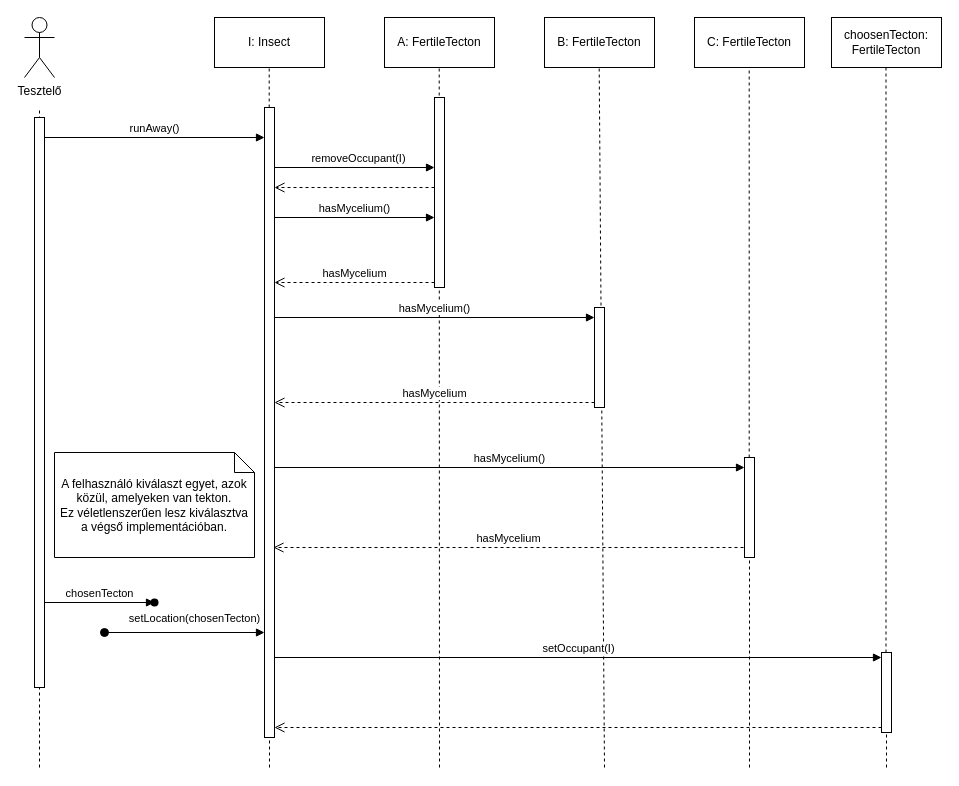
Earlier version of the draw.io diagram page "InsectRunAwaySeq" (10 of 17) of 6_szkeleton_beadasa/BJ Komm és Seq Diagrammok .drawio (koharzsombor/bandITs). Source tidied: cells renumbered, new cells numbered last; positions are measured from the earlier drawing's top-left corner, leaving out a move shared by most shapes. Both pictures are drawn from the tidied source at 100%, with x=0, y=0 at pixel (24, 17).
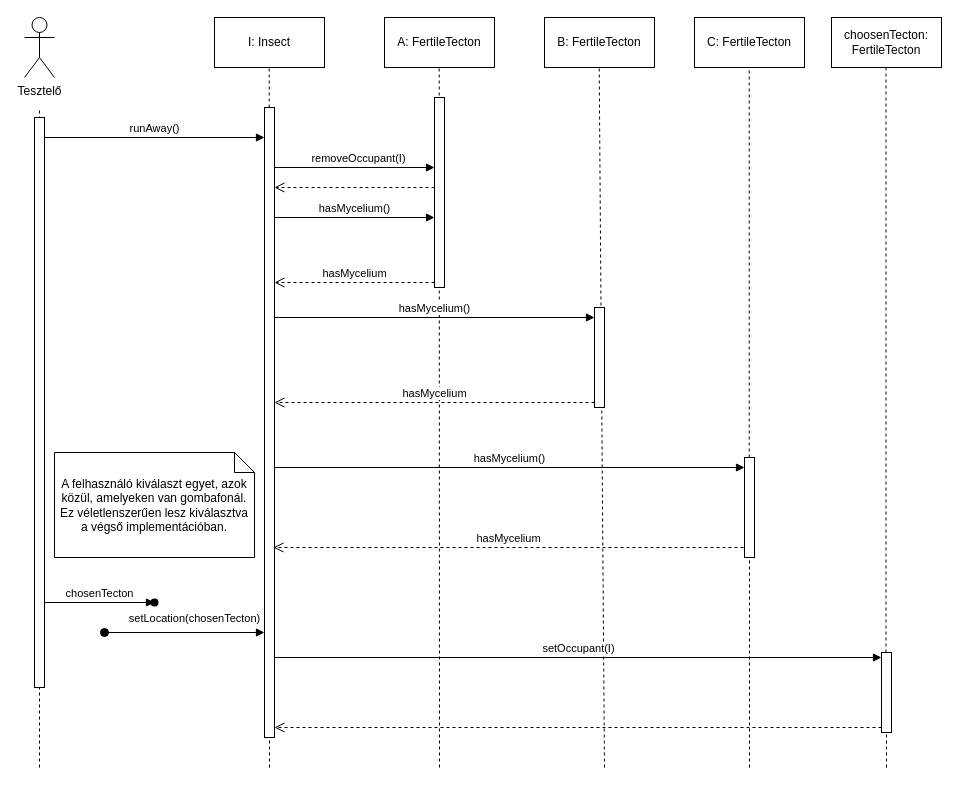
Above is the later version.

Diff of the diagram source:
```diff
@@
-    <mxCell id="29" value="&lt;div&gt;A felhasználó kiválaszt egyet, azok közül, amelyeken van tekton.&lt;/div&gt;&lt;div&gt;Ez véletlenszerűen lesz kiválasztva a végső implementációban.&lt;/div&gt;" style="shape=note;size=20;whiteSpace=wrap;html=1;" parent="1" vertex="1">
+    <mxCell id="29" value="&lt;div&gt;A felhasználó kiválaszt egyet, azok közül, amelyeken van gombafonál.&lt;/div&gt;&lt;div&gt;Ez véletlenszerűen lesz kiválasztva a végső implementációban.&lt;/div&gt;" style="shape=note;size=20;whiteSpace=wrap;html=1;" parent="1" vertex="1">
       <mxGeometry x="30" y="435" width="200" height="105" as="geometry" />
     </mxCell>
```
